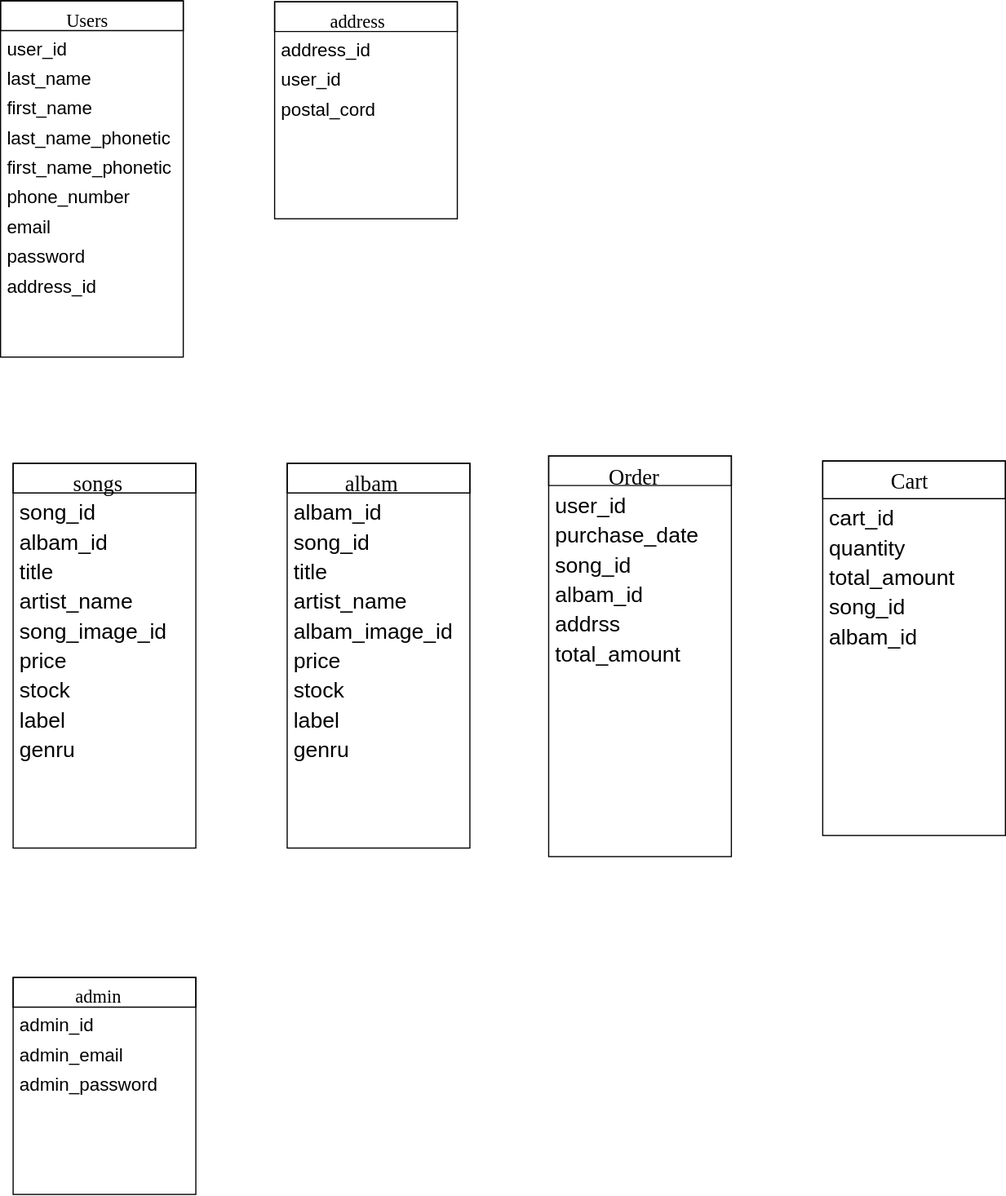
itasakashogo/gomamis keeps this draw.io diagram as databace.svg. Above is the earlier version. Source tidied: cells renumbered, new cells last; positions are measured from the earlier drawing's top-left corner, leaving out a move shared by most shapes.
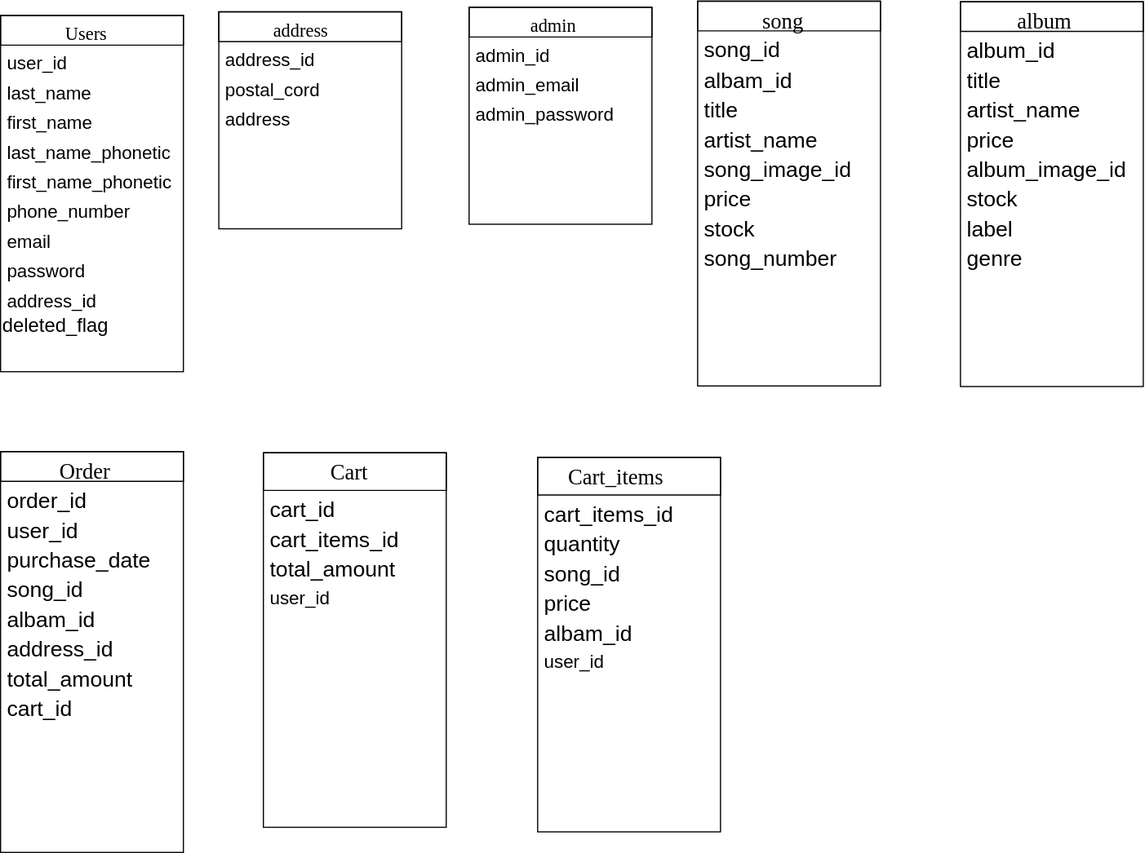
The same file after the commit.

Diff of the diagram source:
```diff
@@ -32,20 +32,23 @@
     <mxCell id="11" value="address_id" style="text;html=1;strokeColor=none;fillColor=none;align=left;verticalAlign=top;spacingLeft=4;spacingRight=4;whiteSpace=wrap;overflow=hidden;fontStyle=0;fontSize=16;" parent="2" vertex="1">
       <mxGeometry y="234" width="160" height="26" as="geometry" />
     </mxCell>
+    <mxCell id="53" value="&lt;span style=&quot;font-size: 17px;&quot;&gt;deleted_flag&lt;/span&gt;" style="text;html=1;align=left;verticalAlign=top;spacingTop=-4;fontSize=17;fontColor=none;" parent="2" vertex="1">
+      <mxGeometry y="260" width="160" height="20" as="geometry" />
+    </mxCell>
     <mxCell id="12" value="address&lt;br&gt;" style="swimlane;html=1;fontStyle=0;align=center;verticalAlign=top;horizontal=1;startSize=26;swimlaneFillColor=#ffffff;rounded=0;shadow=0;comic=0;labelBackgroundColor=none;strokeColor=#000000;strokeWidth=1;fillColor=none;fontFamily=Verdana;fontSize=16;fontColor=#000000;" parent="1" vertex="1">
-      <mxGeometry x="240" y="0.9" width="160" height="190" as="geometry" />
+      <mxGeometry x="191" y="-3.1" width="160" height="190" as="geometry" />
     </mxCell>
     <mxCell id="13" value="address_id" style="text;html=1;strokeColor=none;fillColor=none;align=left;verticalAlign=top;spacingLeft=4;spacingRight=4;whiteSpace=wrap;overflow=hidden;fontStyle=0;fontSize=16;" parent="12" vertex="1">
       <mxGeometry y="26" width="160" height="26" as="geometry" />
     </mxCell>
-    <mxCell id="14" value="user_id" style="text;html=1;strokeColor=none;fillColor=none;align=left;verticalAlign=top;spacingLeft=4;spacingRight=4;whiteSpace=wrap;overflow=hidden;fontStyle=0;fontSize=16;" parent="12" vertex="1">
-      <mxGeometry y="52" width="160" height="26" as="geometry" />
-    </mxCell>
     <mxCell id="15" value="postal_cord" style="text;html=1;strokeColor=none;fillColor=none;align=left;verticalAlign=top;spacingLeft=4;spacingRight=4;whiteSpace=wrap;overflow=hidden;fontStyle=0;fontSize=16;" parent="12" vertex="1">
-      <mxGeometry y="78" width="160" height="26" as="geometry" />
+      <mxGeometry y="52" width="160" height="26" as="geometry" />
     </mxCell>
+    <mxCell id="54" value="address" style="text;html=1;strokeColor=none;fillColor=none;align=left;verticalAlign=top;spacingLeft=4;spacingRight=4;whiteSpace=wrap;overflow=hidden;fontStyle=0;fontSize=16;" parent="12" vertex="1">
+      <mxGeometry y="78" width="160" height="26" as="geometry" />
+    </mxCell>
     <mxCell id="16" value="admin" style="swimlane;html=1;fontStyle=0;align=center;verticalAlign=top;horizontal=1;startSize=26;swimlaneFillColor=#ffffff;rounded=0;shadow=0;comic=0;labelBackgroundColor=none;strokeColor=#000000;strokeWidth=1;fillColor=none;fontFamily=Verdana;fontSize=16;fontColor=#000000;" parent="1" vertex="1">
-      <mxGeometry x="11" y="855.4" width="160" height="190" as="geometry" />
+      <mxGeometry x="410" y="-7.1" width="160" height="190" as="geometry" />
     </mxCell>
     <mxCell id="17" value="admin_id" style="text;html=1;strokeColor=none;fillColor=none;align=left;verticalAlign=top;spacingLeft=4;spacingRight=4;whiteSpace=wrap;overflow=hidden;fontStyle=0;fontSize=16;" parent="16" vertex="1">
       <mxGeometry y="26" width="160" height="26" as="geometry" />
@@ -56,38 +59,35 @@
     <mxCell id="19" value="admin_password" style="text;html=1;strokeColor=none;fillColor=none;align=left;verticalAlign=top;spacingLeft=4;spacingRight=4;whiteSpace=wrap;overflow=hidden;fontStyle=0;fontSize=16;" parent="16" vertex="1">
       <mxGeometry y="78" width="160" height="26" as="geometry" />
     </mxCell>
-    <mxCell id="20" value="albam" style="swimlane;html=1;fontStyle=0;align=center;verticalAlign=top;horizontal=1;startSize=26;swimlaneFillColor=#ffffff;rounded=0;shadow=0;comic=0;labelBackgroundColor=none;strokeColor=#000000;strokeWidth=1;fillColor=none;fontFamily=Verdana;fontSize=19;fontColor=#000000;" parent="1" vertex="1">
-      <mxGeometry x="251" y="405" width="160" height="337" as="geometry" />
+    <mxCell id="20" value="album" style="swimlane;html=1;fontStyle=0;align=center;verticalAlign=top;horizontal=1;startSize=26;swimlaneFillColor=#ffffff;rounded=0;shadow=0;comic=0;labelBackgroundColor=none;strokeColor=#000000;strokeWidth=1;fillColor=none;fontFamily=Verdana;fontSize=19;fontColor=#000000;" parent="1" vertex="1">
+      <mxGeometry x="840" y="-12" width="160" height="337" as="geometry" />
     </mxCell>
-    <mxCell id="21" value="albam_id" style="text;html=1;strokeColor=none;fillColor=none;align=left;verticalAlign=top;spacingLeft=4;spacingRight=4;whiteSpace=wrap;overflow=hidden;fontStyle=0;fontSize=19;" parent="20" vertex="1">
+    <mxCell id="21" value="album_id" style="text;html=1;strokeColor=none;fillColor=none;align=left;verticalAlign=top;spacingLeft=4;spacingRight=4;whiteSpace=wrap;overflow=hidden;fontStyle=0;fontSize=19;" parent="20" vertex="1">
       <mxGeometry y="26" width="160" height="26" as="geometry" />
     </mxCell>
-    <mxCell id="22" value="song_id" style="text;html=1;strokeColor=none;fillColor=none;align=left;verticalAlign=top;spacingLeft=4;spacingRight=4;whiteSpace=wrap;overflow=hidden;fontStyle=0;fontSize=19;" parent="20" vertex="1">
-      <mxGeometry y="52" width="160" height="26" as="geometry" />
-    </mxCell>
     <mxCell id="23" value="title" style="text;html=1;strokeColor=none;fillColor=none;align=left;verticalAlign=top;spacingLeft=4;spacingRight=4;whiteSpace=wrap;overflow=hidden;fontStyle=0;fontSize=19;" parent="20" vertex="1">
-      <mxGeometry y="78" width="160" height="26" as="geometry" />
+      <mxGeometry y="52" width="160" height="26" as="geometry" />
     </mxCell>
     <mxCell id="24" value="&lt;span style=&quot;font-size: 19px;&quot;&gt;artist_&lt;/span&gt;name" style="text;html=1;strokeColor=none;fillColor=none;align=left;verticalAlign=top;spacingLeft=4;spacingRight=4;whiteSpace=wrap;overflow=hidden;fontStyle=0;fontSize=19;" parent="20" vertex="1">
-      <mxGeometry y="104" width="160" height="26" as="geometry" />
+      <mxGeometry y="78" width="160" height="26" as="geometry" />
     </mxCell>
+    <mxCell id="26" value="price" style="text;html=1;strokeColor=none;fillColor=none;align=left;verticalAlign=top;spacingLeft=4;spacingRight=4;whiteSpace=wrap;overflow=hidden;fontStyle=0;fontSize=19;" parent="20" vertex="1">
+      <mxGeometry y="104" width="160" height="26" as="geometry" />
+    </mxCell>
-    <mxCell id="25" value="albam_image_id" style="text;html=1;strokeColor=none;fillColor=none;align=left;verticalAlign=top;spacingLeft=4;spacingRight=4;whiteSpace=wrap;overflow=hidden;fontStyle=0;fontSize=19;" parent="20" vertex="1">
+    <mxCell id="25" value="album_image_id" style="text;html=1;strokeColor=none;fillColor=none;align=left;verticalAlign=top;spacingLeft=4;spacingRight=4;whiteSpace=wrap;overflow=hidden;fontStyle=0;fontSize=19;" parent="20" vertex="1">
       <mxGeometry y="130" width="160" height="26" as="geometry" />
     </mxCell>
-    <mxCell id="26" value="price" style="text;html=1;strokeColor=none;fillColor=none;align=left;verticalAlign=top;spacingLeft=4;spacingRight=4;whiteSpace=wrap;overflow=hidden;fontStyle=0;fontSize=19;" parent="20" vertex="1">
-      <mxGeometry y="156" width="160" height="26" as="geometry" />
-    </mxCell>
     <mxCell id="27" value="stock" style="text;html=1;strokeColor=none;fillColor=none;align=left;verticalAlign=top;spacingLeft=4;spacingRight=4;whiteSpace=wrap;overflow=hidden;fontStyle=0;fontSize=19;" parent="20" vertex="1">
-      <mxGeometry y="182" width="160" height="26" as="geometry" />
+      <mxGeometry y="156" width="160" height="26" as="geometry" />
     </mxCell>
     <mxCell id="28" value="label" style="text;html=1;strokeColor=none;fillColor=none;align=left;verticalAlign=top;spacingLeft=4;spacingRight=4;whiteSpace=wrap;overflow=hidden;fontStyle=0;fontSize=19;" parent="20" vertex="1">
-      <mxGeometry y="208" width="160" height="26" as="geometry" />
+      <mxGeometry y="182" width="160" height="26" as="geometry" />
     </mxCell>
-    <mxCell id="29" value="genru" style="text;html=1;strokeColor=none;fillColor=none;align=left;verticalAlign=top;spacingLeft=4;spacingRight=4;whiteSpace=wrap;overflow=hidden;fontStyle=0;fontSize=19;" parent="20" vertex="1">
-      <mxGeometry y="234" width="160" height="26" as="geometry" />
+    <mxCell id="29" value="genre" style="text;html=1;strokeColor=none;fillColor=none;align=left;verticalAlign=top;spacingLeft=4;spacingRight=4;whiteSpace=wrap;overflow=hidden;fontStyle=0;fontSize=19;" parent="20" vertex="1">
+      <mxGeometry y="208" width="160" height="26" as="geometry" />
     </mxCell>
-    <mxCell id="30" value="songs" style="swimlane;html=1;fontStyle=0;align=center;verticalAlign=top;horizontal=1;startSize=26;swimlaneFillColor=#ffffff;rounded=0;shadow=0;comic=0;labelBackgroundColor=none;strokeColor=#000000;strokeWidth=1;fillColor=none;fontFamily=Verdana;fontSize=19;fontColor=#000000;" parent="1" vertex="1">
-      <mxGeometry x="11" y="405" width="160" height="337" as="geometry" />
+    <mxCell id="30" value="song" style="swimlane;html=1;fontStyle=0;align=center;verticalAlign=top;horizontal=1;startSize=26;swimlaneFillColor=#ffffff;rounded=0;shadow=0;comic=0;labelBackgroundColor=none;strokeColor=#000000;strokeWidth=1;fillColor=none;fontFamily=Verdana;fontSize=19;fontColor=#000000;" parent="1" vertex="1">
+      <mxGeometry x="610" y="-12.5" width="160" height="337" as="geometry" />
     </mxCell>
     <mxCell id="31" value="song_id" style="text;html=1;strokeColor=none;fillColor=none;align=left;verticalAlign=top;spacingLeft=4;spacingRight=4;whiteSpace=wrap;overflow=hidden;fontStyle=0;fontSize=19;" parent="30" vertex="1">
       <mxGeometry y="26" width="160" height="26" as="geometry" />
@@ -110,50 +110,71 @@
     <mxCell id="37" value="stock" style="text;html=1;strokeColor=none;fillColor=none;align=left;verticalAlign=top;spacingLeft=4;spacingRight=4;whiteSpace=wrap;overflow=hidden;fontStyle=0;fontSize=19;" parent="30" vertex="1">
       <mxGeometry y="182" width="160" height="26" as="geometry" />
     </mxCell>
-    <mxCell id="38" value="label" style="text;html=1;strokeColor=none;fillColor=none;align=left;verticalAlign=top;spacingLeft=4;spacingRight=4;whiteSpace=wrap;overflow=hidden;fontStyle=0;fontSize=19;" parent="30" vertex="1">
-      <mxGeometry y="208" width="160" height="26" as="geometry" />
-    </mxCell>
-    <mxCell id="39" value="genru" style="text;html=1;strokeColor=none;fillColor=none;align=left;verticalAlign=top;spacingLeft=4;spacingRight=4;whiteSpace=wrap;overflow=hidden;fontStyle=0;fontSize=19;" parent="30" vertex="1">
-      <mxGeometry y="234" width="160" height="26" as="geometry" />
-    </mxCell>
+    <mxCell id="55" value="song_number" style="text;html=1;strokeColor=none;fillColor=none;align=left;verticalAlign=top;spacingLeft=4;spacingRight=4;whiteSpace=wrap;overflow=hidden;fontStyle=0;fontSize=19;" parent="30" vertex="1">
+      <mxGeometry y="208" width="160" height="26" as="geometry" />
+    </mxCell>
     <mxCell id="40" value="Cart" style="swimlane;html=1;fontStyle=0;align=center;verticalAlign=top;horizontal=1;startSize=33;swimlaneFillColor=#ffffff;rounded=0;shadow=0;comic=0;labelBackgroundColor=none;strokeColor=#000000;strokeWidth=1;fillColor=none;fontFamily=Verdana;fontSize=19;fontColor=#000000;" parent="1" vertex="1">
-      <mxGeometry x="720" y="403" width="160" height="328" as="geometry" />
+      <mxGeometry x="230" y="383" width="160" height="328" as="geometry" />
     </mxCell>
     <mxCell id="41" value="cart_id" style="text;html=1;strokeColor=none;fillColor=none;align=left;verticalAlign=top;spacingLeft=4;spacingRight=4;whiteSpace=wrap;overflow=hidden;fontStyle=0;fontSize=19;" parent="40" vertex="1">
       <mxGeometry y="33" width="160" height="26" as="geometry" />
     </mxCell>
+    <mxCell id="56" value="cart_items_id" style="text;html=1;strokeColor=none;fillColor=none;align=left;verticalAlign=top;spacingLeft=4;spacingRight=4;whiteSpace=wrap;overflow=hidden;fontStyle=0;fontSize=19;" parent="40" vertex="1">
+      <mxGeometry y="59" width="160" height="26" as="geometry" />
+    </mxCell>
+    <mxCell id="43" value="total_amount" style="text;html=1;strokeColor=none;fillColor=none;align=left;verticalAlign=top;spacingLeft=4;spacingRight=4;whiteSpace=wrap;overflow=hidden;fontStyle=0;fontSize=19;" parent="40" vertex="1">
+      <mxGeometry y="85" width="160" height="26" as="geometry" />
+    </mxCell>
+    <mxCell id="57" value="user_id" style="text;html=1;strokeColor=none;fillColor=none;align=left;verticalAlign=top;spacingLeft=4;spacingRight=4;whiteSpace=wrap;overflow=hidden;fontStyle=0;fontSize=16;" parent="40" vertex="1">
+      <mxGeometry y="111" width="160" height="26" as="geometry" />
+    </mxCell>
+    <mxCell id="58" value="Cart_items&lt;br&gt;&lt;br&gt;&lt;br&gt;&lt;br&gt;&lt;br&gt;" style="swimlane;html=1;fontStyle=0;align=center;verticalAlign=top;horizontal=1;startSize=33;swimlaneFillColor=#ffffff;rounded=0;shadow=0;comic=0;labelBackgroundColor=none;strokeColor=#000000;strokeWidth=1;fillColor=none;fontFamily=Verdana;fontSize=19;fontColor=#000000;" parent="1" vertex="1">
+      <mxGeometry x="470" y="387" width="160" height="328" as="geometry" />
+    </mxCell>
+    <mxCell id="59" value="cart_items_id" style="text;html=1;strokeColor=none;fillColor=none;align=left;verticalAlign=top;spacingLeft=4;spacingRight=4;whiteSpace=wrap;overflow=hidden;fontStyle=0;fontSize=19;" parent="58" vertex="1">
+      <mxGeometry y="33" width="160" height="26" as="geometry" />
+    </mxCell>
-    <mxCell id="42" value="&lt;span&gt;quantity&lt;/span&gt;" style="text;html=1;strokeColor=none;fillColor=none;align=left;verticalAlign=top;spacingLeft=4;spacingRight=4;whiteSpace=wrap;overflow=hidden;fontStyle=0;fontSize=19;" parent="40" vertex="1">
+    <mxCell id="42" value="&lt;span&gt;quantity&lt;/span&gt;" style="text;html=1;strokeColor=none;fillColor=none;align=left;verticalAlign=top;spacingLeft=4;spacingRight=4;whiteSpace=wrap;overflow=hidden;fontStyle=0;fontSize=19;" parent="58" vertex="1">
       <mxGeometry y="59" width="160" height="26" as="geometry" />
     </mxCell>
-    <mxCell id="43" value="total_amount" style="text;html=1;strokeColor=none;fillColor=none;align=left;verticalAlign=top;spacingLeft=4;spacingRight=4;whiteSpace=wrap;overflow=hidden;fontStyle=0;fontSize=19;" parent="40" vertex="1">
-      <mxGeometry y="85" width="160" height="26" as="geometry" />
-    </mxCell>
-    <mxCell id="44" value="song_id" style="text;html=1;strokeColor=none;fillColor=none;align=left;verticalAlign=top;spacingLeft=4;spacingRight=4;whiteSpace=wrap;overflow=hidden;fontStyle=0;fontSize=19;" parent="40" vertex="1">
-      <mxGeometry y="111" width="160" height="26" as="geometry" />
-    </mxCell>
+    <mxCell id="60" value="song_id" style="text;html=1;strokeColor=none;fillColor=none;align=left;verticalAlign=top;spacingLeft=4;spacingRight=4;whiteSpace=wrap;overflow=hidden;fontStyle=0;fontSize=19;" parent="58" vertex="1">
+      <mxGeometry y="85" width="160" height="26" as="geometry" />
+    </mxCell>
+    <mxCell id="61" value="price" style="text;html=1;strokeColor=none;fillColor=none;align=left;verticalAlign=top;spacingLeft=4;spacingRight=4;whiteSpace=wrap;overflow=hidden;fontStyle=0;fontSize=19;" parent="58" vertex="1">
+      <mxGeometry y="111" width="160" height="26" as="geometry" />
+    </mxCell>
-    <mxCell id="45" value="albam_id" style="text;html=1;strokeColor=none;fillColor=none;align=left;verticalAlign=top;spacingLeft=4;spacingRight=4;whiteSpace=wrap;overflow=hidden;fontStyle=0;fontSize=19;" parent="40" vertex="1">
+    <mxCell id="45" value="albam_id" style="text;html=1;strokeColor=none;fillColor=none;align=left;verticalAlign=top;spacingLeft=4;spacingRight=4;whiteSpace=wrap;overflow=hidden;fontStyle=0;fontSize=19;" parent="58" vertex="1">
       <mxGeometry y="137" width="160" height="26" as="geometry" />
     </mxCell>
+    <mxCell id="62" value="user_id" style="text;html=1;strokeColor=none;fillColor=none;align=left;verticalAlign=top;spacingLeft=4;spacingRight=4;whiteSpace=wrap;overflow=hidden;fontStyle=0;fontSize=16;" parent="58" vertex="1">
+      <mxGeometry y="163" width="160" height="26" as="geometry" />
+    </mxCell>
     <mxCell id="46" value="Order" style="swimlane;html=1;fontStyle=0;align=center;verticalAlign=top;horizontal=1;startSize=26;swimlaneFillColor=#ffffff;rounded=0;shadow=0;comic=0;labelBackgroundColor=none;strokeColor=#000000;strokeWidth=1;fillColor=none;fontFamily=Verdana;fontSize=19;fontColor=#000000;" parent="1" vertex="1">
-      <mxGeometry x="480" y="398.5" width="160" height="351" as="geometry" />
+      <mxGeometry y="382" width="160" height="351" as="geometry" />
     </mxCell>
+    <mxCell id="63" value="order_id" style="text;html=1;strokeColor=none;fillColor=none;align=left;verticalAlign=top;spacingLeft=4;spacingRight=4;whiteSpace=wrap;overflow=hidden;fontStyle=0;fontSize=19;" parent="46" vertex="1">
+      <mxGeometry y="26" width="160" height="26" as="geometry" />
+    </mxCell>
     <mxCell id="47" value="user_id" style="text;html=1;strokeColor=none;fillColor=none;align=left;verticalAlign=top;spacingLeft=4;spacingRight=4;whiteSpace=wrap;overflow=hidden;fontStyle=0;fontSize=19;" parent="46" vertex="1">
-      <mxGeometry y="26" width="160" height="26" as="geometry" />
+      <mxGeometry y="52" width="160" height="26" as="geometry" />
     </mxCell>
     <mxCell id="48" value="purchase_date" style="text;html=1;strokeColor=none;fillColor=none;align=left;verticalAlign=top;spacingLeft=4;spacingRight=4;whiteSpace=wrap;overflow=hidden;fontStyle=0;fontSize=19;" parent="46" vertex="1">
-      <mxGeometry y="52" width="160" height="26" as="geometry" />
+      <mxGeometry y="78" width="160" height="26" as="geometry" />
     </mxCell>
     <mxCell id="49" value="song_id" style="text;html=1;strokeColor=none;fillColor=none;align=left;verticalAlign=top;spacingLeft=4;spacingRight=4;whiteSpace=wrap;overflow=hidden;fontStyle=0;fontSize=19;" parent="46" vertex="1">
-      <mxGeometry y="78" width="160" height="26" as="geometry" />
+      <mxGeometry y="104" width="160" height="26" as="geometry" />
     </mxCell>
     <mxCell id="50" value="albam_id" style="text;html=1;strokeColor=none;fillColor=none;align=left;verticalAlign=top;spacingLeft=4;spacingRight=4;whiteSpace=wrap;overflow=hidden;fontStyle=0;fontSize=19;" parent="46" vertex="1">
-      <mxGeometry y="104" width="160" height="26" as="geometry" />
+      <mxGeometry y="130" width="160" height="26" as="geometry" />
     </mxCell>
-    <mxCell id="51" value="addrss" style="text;html=1;strokeColor=none;fillColor=none;align=left;verticalAlign=top;spacingLeft=4;spacingRight=4;whiteSpace=wrap;overflow=hidden;fontStyle=0;fontSize=19;" parent="46" vertex="1">
-      <mxGeometry y="130" width="160" height="26" as="geometry" />
+    <mxCell id="51" value="address_id" style="text;html=1;strokeColor=none;fillColor=none;align=left;verticalAlign=top;spacingLeft=4;spacingRight=4;whiteSpace=wrap;overflow=hidden;fontStyle=0;fontSize=19;" parent="46" vertex="1">
+      <mxGeometry y="156" width="160" height="26" as="geometry" />
     </mxCell>
     <mxCell id="52" value="total_amount" style="text;html=1;strokeColor=none;fillColor=none;align=left;verticalAlign=top;spacingLeft=4;spacingRight=4;whiteSpace=wrap;overflow=hidden;fontStyle=0;fontSize=19;" parent="46" vertex="1">
-      <mxGeometry y="156" width="160" height="26" as="geometry" />
+      <mxGeometry y="182" width="160" height="26" as="geometry" />
     </mxCell>
+    <mxCell id="64" value="cart_id" style="text;html=1;strokeColor=none;fillColor=none;align=left;verticalAlign=top;spacingLeft=4;spacingRight=4;whiteSpace=wrap;overflow=hidden;fontStyle=0;fontSize=19;" parent="46" vertex="1">
+      <mxGeometry y="208" width="160" height="26" as="geometry" />
+    </mxCell>
   </root>
 </mxGraphModel>
```
